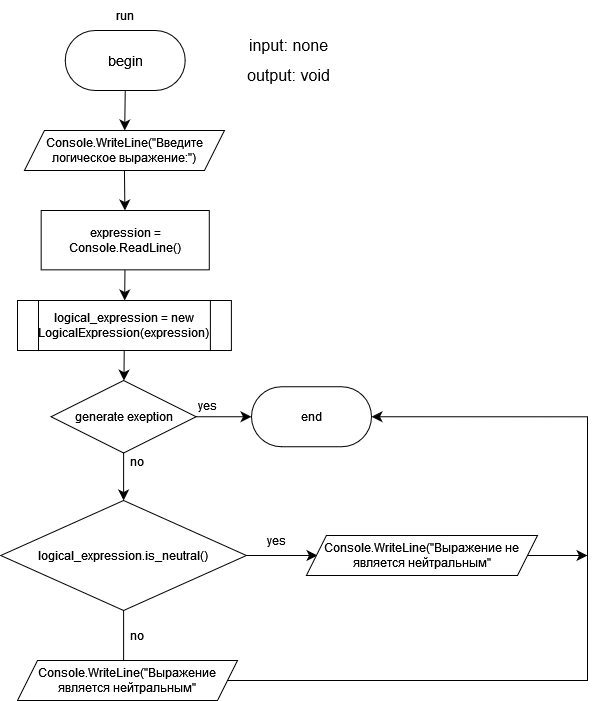
The draw.io diagram 4_sem/LOIS/lab1/draw_io_flowcharts/run.png in cry-crystal-cry/BSUIR, before a commit. Source tidied: cells renumbered, new cells last; positions are measured from the earlier drawing's top-left corner, leaving out a move shared by most shapes. Its diagram source:
```xml
<mxGraphModel>
  <root>
    <mxCell id="0" />
    <mxCell id="1" parent="0" />
    <mxCell id="2" style="edgeStyle=none;curved=1;rounded=0;jettySize=auto;html=1;exitX=0.5;exitY=1;exitDx=0;exitDy=0;fontSize=12;startSize=8;endSize=8;" parent="1" edge="1" source="3" target="25">
      <mxGeometry relative="1" as="geometry" />
    </mxCell>
    <mxCell id="3" value="&lt;font face=&quot;Helvetica&quot; style=&quot;font-size: 14px;&quot;&gt;begin&lt;/font&gt;" style="rounded=1;whiteSpace=wrap;html=1;arcSize=50;" parent="1" vertex="1">
      <mxGeometry x="64.7" y="30" width="120" height="60" as="geometry" />
    </mxCell>
    <mxCell id="4" value="run" style="text;html=1;align=center;verticalAlign=middle;whiteSpace=wrap;rounded=0;" parent="1" vertex="1">
      <mxGeometry x="94.7" width="60" height="30" as="geometry" />
    </mxCell>
    <mxCell id="5" style="edgeStyle=none;curved=1;rounded=0;jettySize=auto;html=1;fontSize=12;startSize=8;endSize=8;" parent="1" edge="1" source="6" target="20">
      <mxGeometry relative="1" as="geometry" />
    </mxCell>
    <mxCell id="6" value="expression = Console.ReadLine()" style="whiteSpace=wrap;html=1;" parent="1" vertex="1">
      <mxGeometry x="40.7" y="210" width="168.1" height="59.3" as="geometry" />
    </mxCell>
    <mxCell id="7" style="edgeStyle=none;curved=1;rounded=0;jettySize=auto;html=1;fontSize=12;startSize=8;endSize=8;" parent="1" edge="1" source="20" target="10">
      <mxGeometry relative="1" as="geometry" />
    </mxCell>
    <mxCell id="8" style="edgeStyle=none;curved=1;rounded=0;jettySize=auto;html=1;fontSize=12;startSize=8;endSize=8;" parent="1" edge="1" source="10">
      <mxGeometry relative="1" as="geometry">
        <mxPoint x="251" y="416.2" as="targetPoint" />
      </mxGeometry>
    </mxCell>
    <mxCell id="9" style="edgeStyle=none;curved=1;rounded=0;jettySize=auto;html=1;fontSize=12;startSize=8;endSize=8;" parent="1" edge="1" source="10" target="15">
      <mxGeometry relative="1" as="geometry" />
    </mxCell>
    <mxCell id="10" value="generate exeption" style="rhombus;whiteSpace=wrap;html=1;" parent="1" vertex="1">
      <mxGeometry x="50.6" y="380" width="145" height="72.5" as="geometry" />
    </mxCell>
    <mxCell id="11" value="end" style="rounded=1;whiteSpace=wrap;html=1;arcSize=50;" parent="1" vertex="1">
      <mxGeometry x="251" y="386.2" width="120" height="60" as="geometry" />
    </mxCell>
    <mxCell id="12" value="yes" style="text;html=1;align=center;verticalAlign=middle;whiteSpace=wrap;rounded=0;" parent="1" vertex="1">
      <mxGeometry x="177" y="390" width="60" height="30" as="geometry" />
    </mxCell>
    <mxCell id="13" style="edgeStyle=none;curved=1;rounded=0;jettySize=auto;html=1;fontSize=12;startSize=8;endSize=8;" parent="1" edge="1" source="15">
      <mxGeometry relative="1" as="geometry">
        <mxPoint x="123.1" y="680" as="targetPoint" />
      </mxGeometry>
    </mxCell>
    <mxCell id="14" style="edgeStyle=none;curved=1;rounded=0;jettySize=auto;html=1;fontSize=12;startSize=8;endSize=8;" parent="1" edge="1" source="15">
      <mxGeometry relative="1" as="geometry">
        <mxPoint x="317" y="555" as="targetPoint" />
      </mxGeometry>
    </mxCell>
    <mxCell id="15" value="logical_expression.is_neutral()" style="rhombus;whiteSpace=wrap;html=1;" parent="1" vertex="1">
      <mxGeometry x="0.3" y="500" width="245.6" height="110" as="geometry" />
    </mxCell>
    <mxCell id="16" value="no" style="text;html=1;align=center;verticalAlign=middle;whiteSpace=wrap;rounded=0;" parent="1" vertex="1">
      <mxGeometry x="107" y="446.2" width="60" height="30" as="geometry" />
    </mxCell>
    <mxCell id="17" style="edgeStyle=none;curved=1;rounded=0;orthogonalLoop=1;jettySize=auto;html=1;exitX=1;exitY=0.5;exitDx=0;exitDy=0;fontSize=12;startSize=8;endSize=8;" parent="1" edge="1">
      <mxGeometry relative="1" as="geometry">
        <mxPoint x="507" y="555" as="sourcePoint" />
        <mxPoint x="587" y="555" as="targetPoint" />
      </mxGeometry>
    </mxCell>
    <mxCell id="18" value="no" style="text;html=1;align=center;verticalAlign=middle;whiteSpace=wrap;rounded=0;" parent="1" vertex="1">
      <mxGeometry x="107" y="620" width="60" height="30" as="geometry" />
    </mxCell>
    <mxCell id="19" value="yes" style="text;html=1;align=center;verticalAlign=middle;whiteSpace=wrap;rounded=0;" parent="1" vertex="1">
      <mxGeometry x="245.9" y="525.1" width="60" height="30" as="geometry" />
    </mxCell>
    <mxCell id="20" value="logical_expression = new LogicalExpression(expression)" style="shape=process;whiteSpace=wrap;html=1;backgroundOutline=1;" parent="1" vertex="1">
      <mxGeometry x="17" y="300" width="213.9" height="50" as="geometry" />
    </mxCell>
    <mxCell id="21" value="&lt;div&gt;input: none&lt;br&gt;&lt;/div&gt;" style="text;html=1;align=center;verticalAlign=middle;strokeColor=none;fillColor=none;fontSize=16;" parent="1" vertex="1">
      <mxGeometry x="237.9" y="30" width="100" height="30" as="geometry" />
    </mxCell>
    <mxCell id="22" value="output: void" style="text;html=1;align=center;verticalAlign=middle;strokeColor=none;fillColor=none;fontSize=16;" parent="1" vertex="1">
      <mxGeometry x="232.9" y="60" width="110" height="30" as="geometry" />
    </mxCell>
    <mxCell id="23" style="edgeStyle=orthogonalEdgeStyle;rounded=0;jettySize=auto;html=1;exitX=1;exitY=0.5;exitDx=0;exitDy=0;entryX=1;entryY=0.5;entryDx=0;entryDy=0;fontSize=12;startSize=8;endSize=8;" parent="1" edge="1" source="27" target="11">
      <mxGeometry relative="1" as="geometry">
        <Array as="points">
          <mxPoint x="587" y="680" />
          <mxPoint x="587" y="416" />
        </Array>
      </mxGeometry>
    </mxCell>
    <mxCell id="24" style="edgeStyle=none;curved=1;rounded=0;jettySize=auto;html=1;exitX=0.5;exitY=1;exitDx=0;exitDy=0;fontSize=12;startSize=8;endSize=8;" parent="1" edge="1" source="25" target="6">
      <mxGeometry relative="1" as="geometry" />
    </mxCell>
    <mxCell id="25" value="Console.WriteLine(&quot;Введите логическое выражение:&quot;)" style="shape=parallelogram;perimeter=parallelogramPerimeter;whiteSpace=wrap;html=1;fixedSize=1;" parent="1" vertex="1">
      <mxGeometry x="23.9" y="130" width="200" height="40" as="geometry" />
    </mxCell>
    <mxCell id="26" value="Console.WriteLine(&quot;Выражение не является нейтральным&quot;" style="shape=parallelogram;perimeter=parallelogramPerimeter;whiteSpace=wrap;html=1;fixedSize=1;" parent="1" vertex="1">
      <mxGeometry x="305.9" y="535" width="231.1" height="40" as="geometry" />
    </mxCell>
    <mxCell id="27" value="Console.WriteLine(&quot;Выражение является нейтральным&quot;" style="shape=parallelogram;perimeter=parallelogramPerimeter;whiteSpace=wrap;html=1;fixedSize=1;" parent="1" vertex="1">
      <mxGeometry x="17" y="660" width="220" height="40" as="geometry" />
    </mxCell>
    <mxCell id="28" style="edgeStyle=none;curved=1;rounded=0;orthogonalLoop=1;jettySize=auto;html=1;exitX=0;exitY=0.5;exitDx=0;exitDy=0;fontSize=12;startSize=8;endSize=8;" parent="1" edge="1" source="26" target="26">
      <mxGeometry relative="1" as="geometry" />
    </mxCell>
  </root>
</mxGraphModel>
```
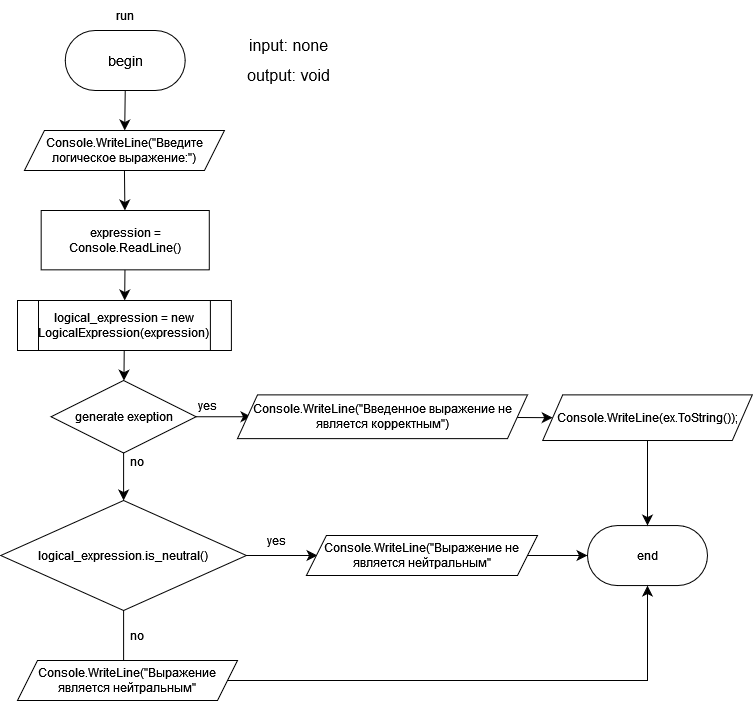
After the commit.

What changed in the source:
```diff
@@ -32,7 +32,7 @@
       <mxGeometry x="50.6" y="380" width="145" height="72.5" as="geometry" />
     </mxCell>
     <mxCell id="11" value="end" style="rounded=1;whiteSpace=wrap;html=1;arcSize=50;" parent="1" vertex="1">
-      <mxGeometry x="251" y="386.2" width="120" height="60" as="geometry" />
+      <mxGeometry x="587" y="525.1" width="120" height="60" as="geometry" />
     </mxCell>
     <mxCell id="12" value="yes" style="text;html=1;align=center;verticalAlign=middle;whiteSpace=wrap;rounded=0;" parent="1" vertex="1">
       <mxGeometry x="177" y="390" width="60" height="30" as="geometry" />
@@ -74,11 +74,10 @@
     <mxCell id="22" value="output: void" style="text;html=1;align=center;verticalAlign=middle;strokeColor=none;fillColor=none;fontSize=16;" parent="1" vertex="1">
       <mxGeometry x="232.9" y="60" width="110" height="30" as="geometry" />
     </mxCell>
-    <mxCell id="23" style="edgeStyle=orthogonalEdgeStyle;rounded=0;jettySize=auto;html=1;exitX=1;exitY=0.5;exitDx=0;exitDy=0;entryX=1;entryY=0.5;entryDx=0;entryDy=0;fontSize=12;startSize=8;endSize=8;" parent="1" edge="1" source="27" target="11">
+    <mxCell id="23" style="edgeStyle=orthogonalEdgeStyle;rounded=0;jettySize=auto;html=1;exitX=1;exitY=0.5;exitDx=0;exitDy=0;entryX=0.5;entryY=1;entryDx=0;entryDy=0;fontSize=12;startSize=8;endSize=8;" parent="1" edge="1" source="27" target="11">
       <mxGeometry relative="1" as="geometry">
         <Array as="points">
-          <mxPoint x="587" y="680" />
-          <mxPoint x="587" y="416" />
+          <mxPoint x="647" y="680" />
         </Array>
       </mxGeometry>
     </mxCell>
@@ -97,5 +96,17 @@
     <mxCell id="28" style="edgeStyle=none;curved=1;rounded=0;orthogonalLoop=1;jettySize=auto;html=1;exitX=0;exitY=0.5;exitDx=0;exitDy=0;fontSize=12;startSize=8;endSize=8;" parent="1" edge="1" source="26" target="26">
       <mxGeometry relative="1" as="geometry" />
     </mxCell>
+    <mxCell id="29" style="edgeStyle=none;curved=1;rounded=0;jettySize=auto;html=1;fontSize=12;startSize=8;endSize=8;entryX=0;entryY=0.5;entryDx=0;entryDy=0;" parent="1" edge="1" source="30" target="32">
+      <mxGeometry relative="1" as="geometry" />
+    </mxCell>
+    <mxCell id="30" value="&lt;span class=&quot;blob-code-inner blob-code-marker js-code-nav-pass&quot;&gt;Console&lt;span class=&quot;pl-kos&quot;&gt;.&lt;/span&gt;&lt;span class=&quot;pl-en&quot;&gt;WriteLine&lt;/span&gt;&lt;span class=&quot;pl-kos&quot;&gt;(&lt;/span&gt;&lt;span class=&quot;pl-s&quot;&gt;&lt;span class=&quot;pl-s x x-first&quot;&gt;&quot;&lt;/span&gt;&lt;span class=&quot;x&quot;&gt;Введенное выражение не является корректным&lt;/span&gt;&lt;span class=&quot;pl-s x x-last&quot;&gt;&quot;&lt;/span&gt;&lt;/span&gt;&lt;span class=&quot;pl-kos&quot;&gt;)&lt;/span&gt;&lt;span class=&quot;pl-kos&quot;&gt;&lt;/span&gt;&lt;/span&gt;" style="shape=parallelogram;perimeter=parallelogramPerimeter;whiteSpace=wrap;html=1;fixedSize=1;" parent="1" vertex="1">
+      <mxGeometry x="237" y="394.4" width="290" height="43.8" as="geometry" />
+    </mxCell>
+    <mxCell id="31" style="edgeStyle=none;curved=1;rounded=0;jettySize=auto;html=1;fontSize=12;startSize=8;endSize=8;" parent="1" edge="1" source="32" target="11">
+      <mxGeometry relative="1" as="geometry" />
+    </mxCell>
+    <mxCell id="32" value="&lt;span class=&quot;blob-code-inner blob-code-marker js-code-nav-pass&quot;&gt;Console&lt;span class=&quot;pl-kos&quot;&gt;.&lt;/span&gt;&lt;span class=&quot;pl-en&quot;&gt;WriteLine&lt;/span&gt;&lt;span class=&quot;pl-kos&quot;&gt;(&lt;/span&gt;ex&lt;span class=&quot;pl-kos&quot;&gt;.&lt;/span&gt;&lt;span class=&quot;pl-en&quot;&gt;ToString&lt;/span&gt;&lt;span class=&quot;pl-kos&quot;&gt;(&lt;/span&gt;&lt;span class=&quot;pl-kos&quot;&gt;)&lt;/span&gt;&lt;span class=&quot;pl-kos&quot;&gt;)&lt;/span&gt;&lt;span class=&quot;pl-kos&quot;&gt;;&lt;/span&gt;&lt;/span&gt;" style="shape=parallelogram;perimeter=parallelogramPerimeter;whiteSpace=wrap;html=1;fixedSize=1;" parent="1" vertex="1">
+      <mxGeometry x="542.2" y="394.4" width="209.6" height="45.6" as="geometry" />
+    </mxCell>
   </root>
 </mxGraphModel>
```
